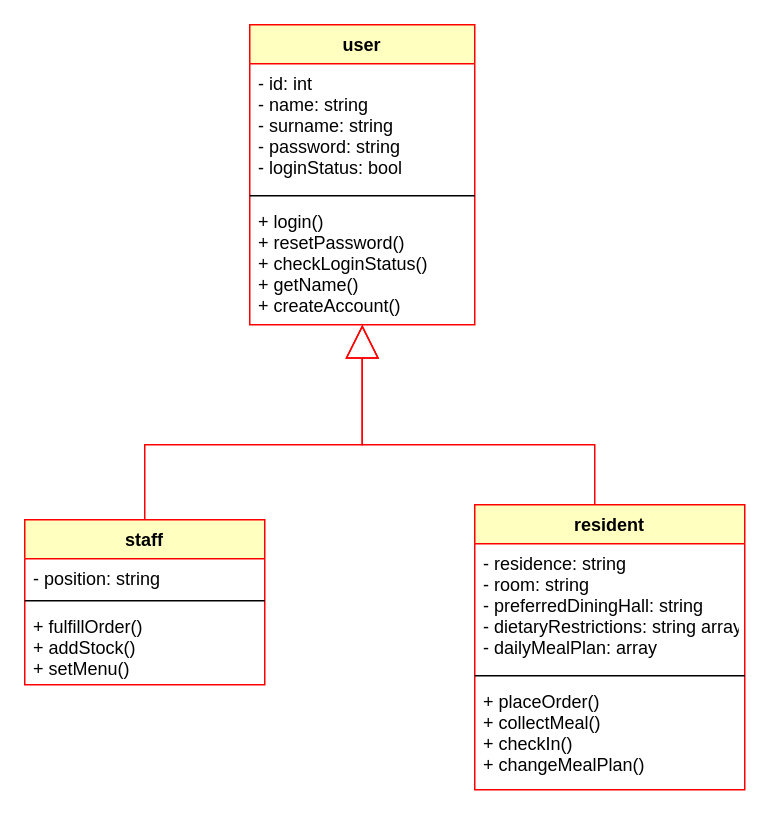
Before: diagrams/logical_view_class_diagram.drawio in JulianVJacobs/SDP, a draw.io diagram. Source tidied: cells renumbered, new cells numbered last; positions are measured from the earlier drawing's top-left corner, leaving out a move shared by most shapes. Both pictures are drawn from the tidied source at 150%, with x=0, y=0 at pixel (24, 24).
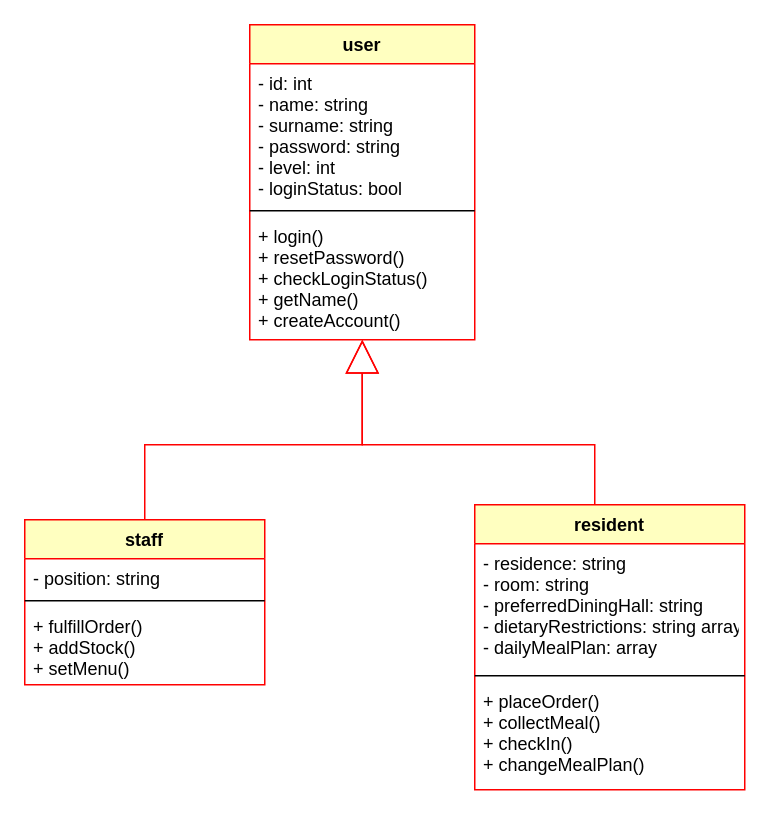
The same page after the edit.

What changed in the source:
```diff
@@
 <mxGraphModel background="#ffffff">
   <root>
     <mxCell id="0" />
     <mxCell id="1" parent="0" />
     <mxCell id="2" style="edgeStyle=orthogonalEdgeStyle;rounded=0;jettySize=auto;html=1;startArrow=none;startFill=0;endArrow=block;endFill=0;endSize=20;strokeColor=#FF0000;" parent="1" edge="1" source="12" target="7">
       <mxGeometry relative="1" as="geometry">
         <Array as="points">
           <mxPoint x="380" y="280" />
           <mxPoint x="225" y="280" />
         </Array>
       </mxGeometry>
     </mxCell>
     <mxCell id="3" style="edgeStyle=orthogonalEdgeStyle;rounded=0;jettySize=auto;html=1;startArrow=none;startFill=0;endArrow=block;endFill=0;endSize=20;strokeColor=#FF0000;" parent="1" edge="1" source="8" target="7">
       <mxGeometry relative="1" as="geometry">
         <Array as="points">
           <mxPoint x="80" y="280" />
           <mxPoint x="225" y="280" />
         </Array>
       </mxGeometry>
     </mxCell>
     <mxCell id="4" value="user" style="swimlane;fontStyle=1;align=center;verticalAlign=top;horizontal=1;startSize=26;strokeColor=#FF0000;fillColor=#ffffc0;" parent="1" vertex="1">
-      <mxGeometry x="150" width="150" height="200" as="geometry" />
+      <mxGeometry x="150" width="150" height="210" as="geometry" />
     </mxCell>
-    <mxCell id="5" value="- id: int&#10;- name: string&#10;- surname: string&#10;- password: string&#10;- loginStatus: bool&#10;&#10;&#10;" style="text;strokeColor=none;fillColor=none;align=left;verticalAlign=top;spacingLeft=4;spacingRight=4;overflow=hidden;" parent="4" vertex="1">
-      <mxGeometry y="26" width="150" height="84" as="geometry" />
+    <mxCell id="5" value="- id: int&#10;- name: string&#10;- surname: string&#10;- password: string&#10;- level: int&#10;- loginStatus: bool&#10;&#10;&#10;" style="text;strokeColor=none;fillColor=none;align=left;verticalAlign=top;spacingLeft=4;spacingRight=4;overflow=hidden;" parent="4" vertex="1">
+      <mxGeometry y="26" width="150" height="94" as="geometry" />
     </mxCell>
     <mxCell id="6" style="line;strokeWidth=1;fillColor=none;align=left;verticalAlign=middle;spacingTop=-1;spacingLeft=3;spacingRight=3;labelPosition=right;" parent="4" vertex="1">
-      <mxGeometry y="110" width="150" height="8" as="geometry" />
+      <mxGeometry y="120" width="150" height="8" as="geometry" />
     </mxCell>
     <mxCell id="7" value="+ login()&#10;+ resetPassword()&#10;+ checkLoginStatus()&#10;+ getName()&#10;+ createAccount()&#10;&#10;" style="text;strokeColor=none;fillColor=none;align=left;verticalAlign=top;spacingLeft=4;spacingRight=4;overflow=hidden;points=[[0,0.5],[1,0.5]];portConstraint=eastwest;" parent="4" vertex="1">
-      <mxGeometry y="118" width="150" height="82" as="geometry" />
+      <mxGeometry y="128" width="150" height="82" as="geometry" />
     </mxCell>
     <mxCell id="8" value="staff" style="swimlane;fontStyle=1;align=center;verticalAlign=top;horizontal=1;startSize=26;strokeColor=#FF0000;fillColor=#ffffc0;" parent="1" vertex="1">
       <mxGeometry y="330" width="160" height="110" as="geometry" />
     </mxCell>
     <mxCell id="9" value="- position: string" style="text;strokeColor=none;fillColor=none;align=left;verticalAlign=top;spacingLeft=4;spacingRight=4;overflow=hidden;" parent="8" vertex="1">
       <mxGeometry y="26" width="160" height="24" as="geometry" />
     </mxCell>
     <mxCell id="10" style="line;strokeWidth=1;fillColor=none;align=left;verticalAlign=middle;spacingTop=-1;spacingLeft=3;spacingRight=3;labelPosition=right;" parent="8" vertex="1">
       <mxGeometry y="50" width="160" height="8" as="geometry" />
     </mxCell>
     <mxCell id="11" value="+ fulfillOrder()&#10;+ addStock()&#10;+ setMenu()&#10;&#10;" style="text;strokeColor=none;fillColor=none;align=left;verticalAlign=top;spacingLeft=4;spacingRight=4;overflow=hidden;" parent="8" vertex="1">
       <mxGeometry y="58" width="160" height="52" as="geometry" />
     </mxCell>
     <mxCell id="12" value="resident" style="swimlane;fontStyle=1;align=center;verticalAlign=top;horizontal=1;startSize=26;strokeColor=#FF0000;fillColor=#ffffc0;" parent="1" vertex="1">
       <mxGeometry x="300" y="320" width="180" height="190" as="geometry" />
     </mxCell>
     <mxCell id="13" value="- residence: string&#10;- room: string&#10;- preferredDiningHall: string&#10;- dietaryRestrictions: string array&#10;- dailyMealPlan: array&#10;&#10;" style="text;strokeColor=none;fillColor=none;align=left;verticalAlign=top;spacingLeft=4;spacingRight=4;overflow=hidden;" parent="12" vertex="1">
       <mxGeometry y="26" width="180" height="84" as="geometry" />
     </mxCell>
     <mxCell id="14" style="line;strokeWidth=1;fillColor=none;align=left;verticalAlign=middle;spacingTop=-1;spacingLeft=3;spacingRight=3;labelPosition=right;" parent="12" vertex="1">
       <mxGeometry y="110" width="180" height="8" as="geometry" />
     </mxCell>
     <mxCell id="15" value="+ placeOrder()&#10;+ collectMeal()&#10;+ checkIn()&#10;+ changeMealPlan()&#10;" style="text;strokeColor=none;fillColor=none;align=left;verticalAlign=top;spacingLeft=4;spacingRight=4;overflow=hidden;" parent="12" vertex="1">
       <mxGeometry y="118" width="180" height="72" as="geometry" />
     </mxCell>
   </root>
 </mxGraphModel>
```
